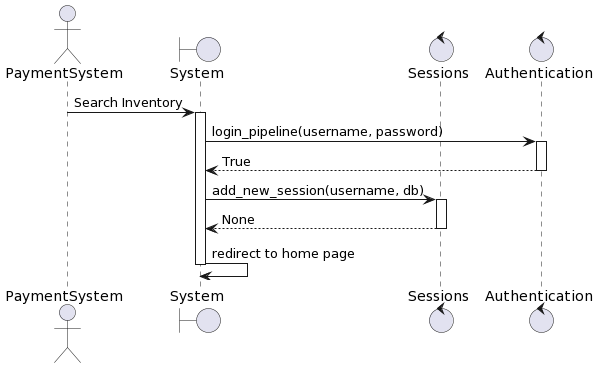
Above: docs/diagrams/sequences/search_movie.png in Mlliot/onlineStoreTemplate (PlantUML), before the change.
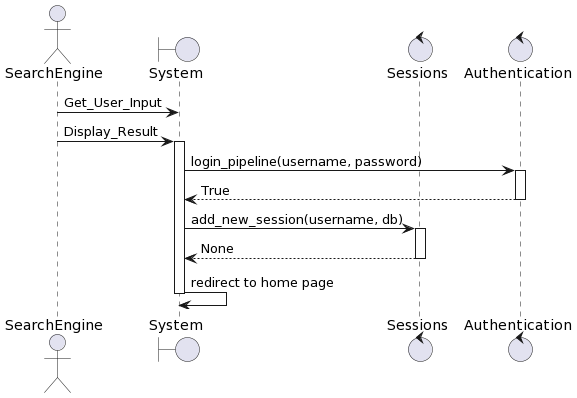
The same file after the commit.

What changed in the source:
```diff
@@ -1,9 +1,10 @@
 @startuml
-actor  PaymentSystem
+actor  SearchEngine
 boundary "System" as system
 control "Sessions" as sessions
 control "Authentication" as auth
-PaymentSystem -> system: Search Inventory
+SearchEngine -> system: Get_User_Input
+SearchEngine -> system: Display_Result
 activate system
 system -> auth: login_pipeline(username, password)
 activate auth
```
